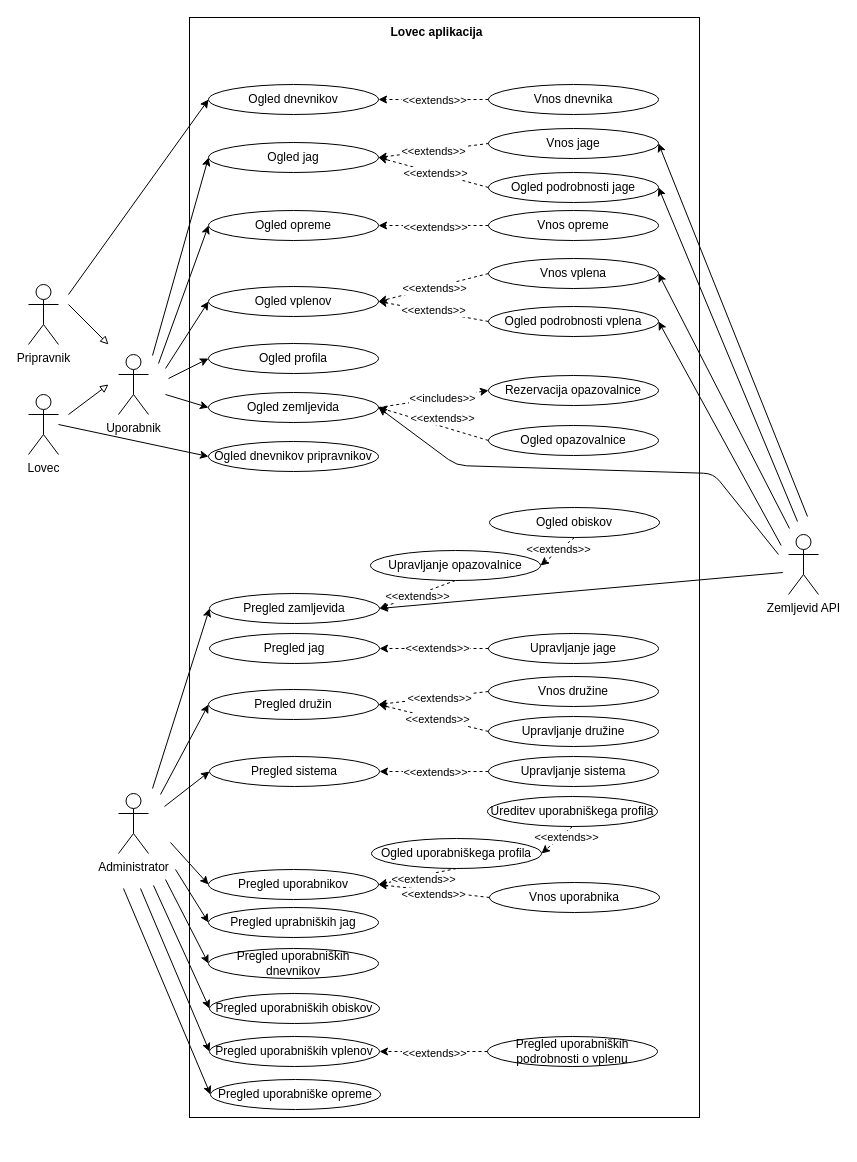
The draw.io diagram docs/uml/dpu.drawio in janmerhar/lovec, before the edit. Source tidied: cells renumbered, new cells numbered last; positions are measured from the earlier drawing's top-left corner, leaving out a move shared by most shapes. Both pictures are drawn from the tidied source at 100%, with x=0, y=0 at pixel (28, 17).
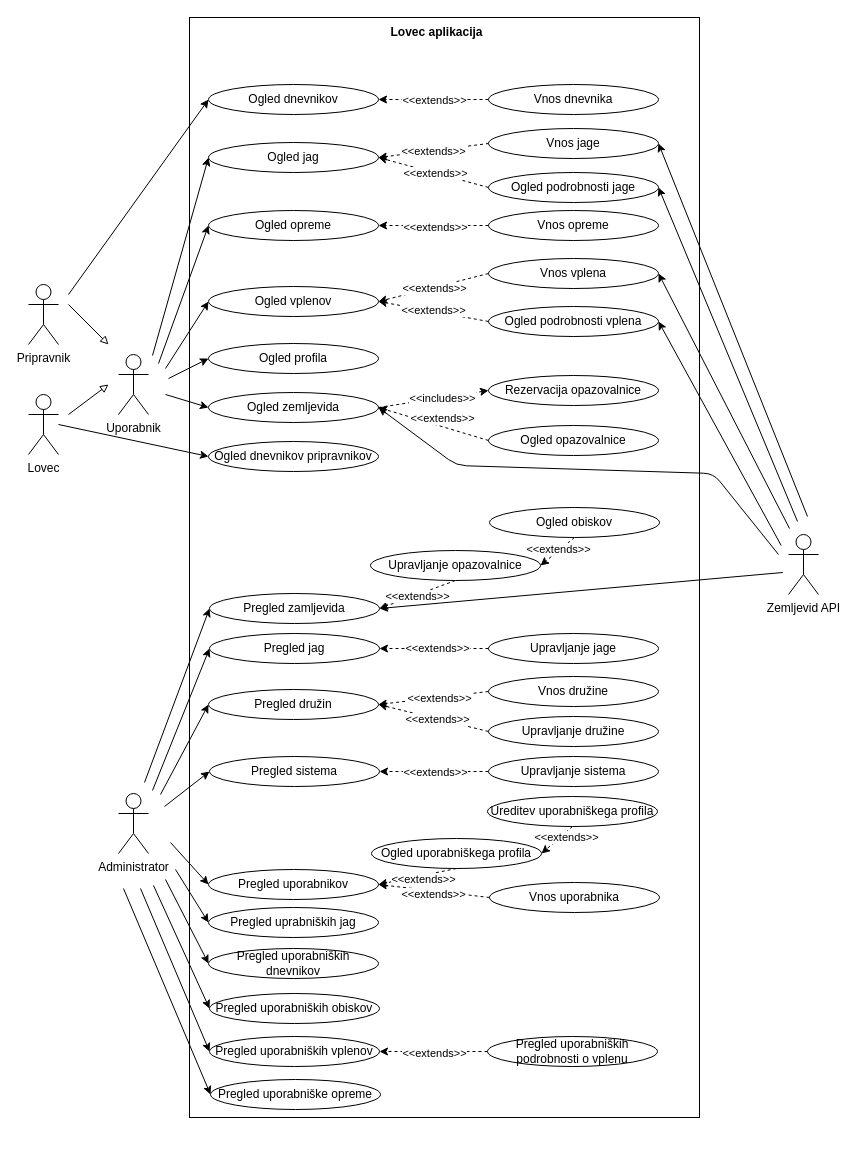
The same diagram, later.

Unchanged cells that the change refers to:
```xml
<mxCell id="42" value="Pregled jag" style="ellipse;whiteSpace=wrap;html=1;" parent="9" vertex="1">
  <mxGeometry x="21" y="589" width="170" height="30" as="geometry" />
</mxCell>
<mxCell id="64" value="Pregled zamljevida" style="ellipse;whiteSpace=wrap;html=1;" parent="9" vertex="1">
  <mxGeometry x="21" y="549" width="170" height="30" as="geometry" />
</mxCell>
```

The edit, as a diff of the source:
```diff
@@
     <mxCell id="97" style="edgeStyle=none;html=1;exitX=0;exitY=0.5;exitDx=0;exitDy=0;strokeWidth=1;fontFamily=Helvetica;fontSize=11;fontColor=rgb(0, 0, 0);startArrow=classic;startFill=1;endArrow=none;endFill=0;" parent="1" edge="1" source="64">
       <mxGeometry relative="1" as="geometry">
-        <mxPoint x="124" y="771" as="targetPoint" />
+        <mxPoint x="116" y="765" as="targetPoint" />
       </mxGeometry>
     </mxCell>
@@
+    <mxCell id="107" style="edgeStyle=none;html=1;exitX=0;exitY=0.5;exitDx=0;exitDy=0;strokeWidth=1;fontFamily=Helvetica;fontSize=11;fontColor=rgb(0, 0, 0);startArrow=classic;startFill=1;endArrow=none;endFill=0;" parent="1" edge="1" source="42">
+      <mxGeometry relative="1" as="geometry">
+        <mxPoint x="124" y="773" as="targetPoint" />
+      </mxGeometry>
+    </mxCell>
```
